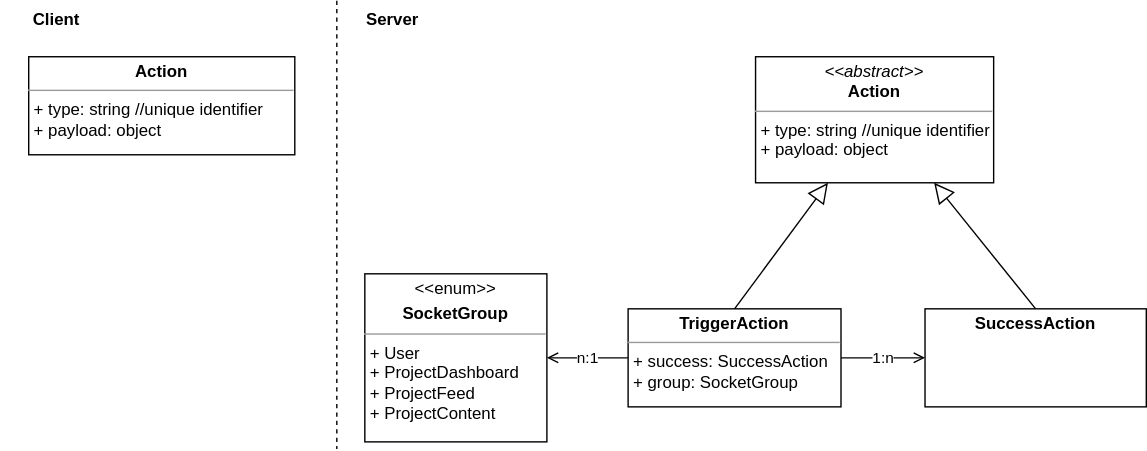
Earlier version of the draw.io export draw-io-files/y-redux-socket-actions.svg (RStolzlechner/bachelor-y-redux-socket). Source tidied: cells renumbered, new cells last; positions are measured from the earlier drawing's top-left corner, leaving out a move shared by most shapes. Its diagram source:
```xml
<mxGraphModel>
  <root>
    <mxCell id="0" />
    <mxCell id="1" parent="0" />
    <mxCell id="2" value="&lt;p style=&quot;margin:0px;margin-top:4px;text-align:center;&quot;&gt;&lt;b&gt;Action&lt;/b&gt;&lt;/p&gt;&lt;hr size=&quot;1&quot;&gt;&lt;p style=&quot;margin:0px;margin-left:4px;&quot;&gt;+ type: string //unique identifier&lt;br&gt;+ payload: object&amp;nbsp;&lt;/p&gt;" style="verticalAlign=top;align=left;overflow=fill;fontSize=12;fontFamily=Helvetica;html=1;" parent="1" vertex="1">
      <mxGeometry x="20" y="40" width="190" height="70" as="geometry" />
    </mxCell>
    <mxCell id="3" value="&lt;p style=&quot;margin:0px;margin-top:4px;text-align:center;&quot;&gt;&lt;i&gt;&amp;lt;&amp;lt;abstract&amp;gt;&amp;gt;&lt;/i&gt;&lt;br&gt;&lt;b&gt;Action&lt;/b&gt;&lt;/p&gt;&lt;hr size=&quot;1&quot;&gt;&lt;p style=&quot;margin:0px;margin-left:4px;&quot;&gt;+ type: string //unique identifier&lt;br&gt;+ payload: object&amp;nbsp;&lt;/p&gt;" style="verticalAlign=top;align=left;overflow=fill;fontSize=12;fontFamily=Helvetica;html=1;" parent="1" vertex="1">
      <mxGeometry x="539" y="40" width="170" height="90" as="geometry" />
    </mxCell>
    <mxCell id="4" value="n:1" style="edgeStyle=none;html=1;exitX=0;exitY=0.5;exitDx=0;exitDy=0;endArrow=open;endFill=0;" parent="1" edge="1" source="6" target="7">
      <mxGeometry relative="1" as="geometry" />
    </mxCell>
    <mxCell id="5" value="1:n" style="edgeStyle=none;html=1;exitX=1;exitY=0.5;exitDx=0;exitDy=0;entryX=0;entryY=0.5;entryDx=0;entryDy=0;endArrow=open;endFill=0;" parent="1" edge="1" source="6" target="8">
      <mxGeometry relative="1" as="geometry" />
    </mxCell>
    <mxCell id="6" value="&lt;p style=&quot;margin:0px;margin-top:4px;text-align:center;&quot;&gt;&lt;b&gt;TriggerAction&lt;/b&gt;&lt;/p&gt;&lt;hr size=&quot;1&quot;&gt;&lt;p style=&quot;margin:0px;margin-left:4px;&quot;&gt;+ success: SuccessAction&lt;br&gt;+ group: SocketGroup&amp;nbsp;&lt;/p&gt;" style="verticalAlign=top;align=left;overflow=fill;fontSize=12;fontFamily=Helvetica;html=1;" parent="1" vertex="1">
      <mxGeometry x="448" y="220" width="152" height="70" as="geometry" />
    </mxCell>
    <mxCell id="7" value="&lt;p style=&quot;margin:0px;margin-top:4px;text-align:center;&quot;&gt;&amp;lt;&amp;lt;enum&amp;gt;&amp;gt;&lt;/p&gt;&lt;p style=&quot;margin:0px;margin-top:4px;text-align:center;&quot;&gt;&lt;b&gt;SocketGroup&lt;/b&gt;&lt;/p&gt;&lt;hr size=&quot;1&quot;&gt;&lt;p style=&quot;margin:0px;margin-left:4px;&quot;&gt;+ User&lt;/p&gt;&lt;p style=&quot;margin:0px;margin-left:4px;&quot;&gt;+ ProjectDashboard&lt;br&gt;+ ProjectFeed&lt;br&gt;+ ProjectContent&amp;nbsp;&lt;/p&gt;" style="verticalAlign=top;align=left;overflow=fill;fontSize=12;fontFamily=Helvetica;html=1;" parent="1" vertex="1">
      <mxGeometry x="260" y="195" width="130" height="120" as="geometry" />
    </mxCell>
    <mxCell id="8" value="&lt;p style=&quot;margin:0px;margin-top:4px;text-align:center;&quot;&gt;&lt;b&gt;SuccessAction&lt;/b&gt;&lt;/p&gt;&lt;p style=&quot;margin:0px;margin-left:4px;&quot;&gt;&lt;br&gt;&amp;nbsp;&lt;/p&gt;" style="verticalAlign=top;align=left;overflow=fill;fontSize=12;fontFamily=Helvetica;html=1;" parent="1" vertex="1">
      <mxGeometry x="660" y="220" width="158" height="70" as="geometry" />
    </mxCell>
    <mxCell id="9" style="endArrow=block;endFill=0;endSize=12;html=1;exitX=0.5;exitY=0;exitDx=0;exitDy=0;" parent="1" edge="1" source="6" target="3">
      <mxGeometry relative="1" as="geometry" />
    </mxCell>
    <mxCell id="10" style="endArrow=block;endFill=0;endSize=12;html=1;exitX=0.5;exitY=0;exitDx=0;exitDy=0;entryX=0.75;entryY=1;entryDx=0;entryDy=0;" parent="1" edge="1" source="8" target="3">
      <mxGeometry relative="1" as="geometry" />
    </mxCell>
    <mxCell id="11" value="Client" style="text;align=center;fontStyle=1;verticalAlign=middle;spacingLeft=3;spacingRight=3;strokeColor=none;" parent="1" vertex="1">
      <mxGeometry width="80" height="26" as="geometry" />
    </mxCell>
    <mxCell id="12" value="Server" style="text;align=center;fontStyle=1;verticalAlign=middle;spacingLeft=3;spacingRight=3;strokeColor=none;" parent="1" vertex="1">
      <mxGeometry x="240" width="80" height="26" as="geometry" />
    </mxCell>
    <mxCell id="13" style="html=1;verticalAlign=bottom;endArrow=none;dashed=1;endSize=8;endFill=0;" parent="1" edge="1">
      <mxGeometry x="-0.06" y="20" relative="1" as="geometry">
        <mxPoint x="240" as="sourcePoint" />
        <mxPoint x="240" y="320" as="targetPoint" />
      </mxGeometry>
    </mxCell>
  </root>
</mxGraphModel>
```
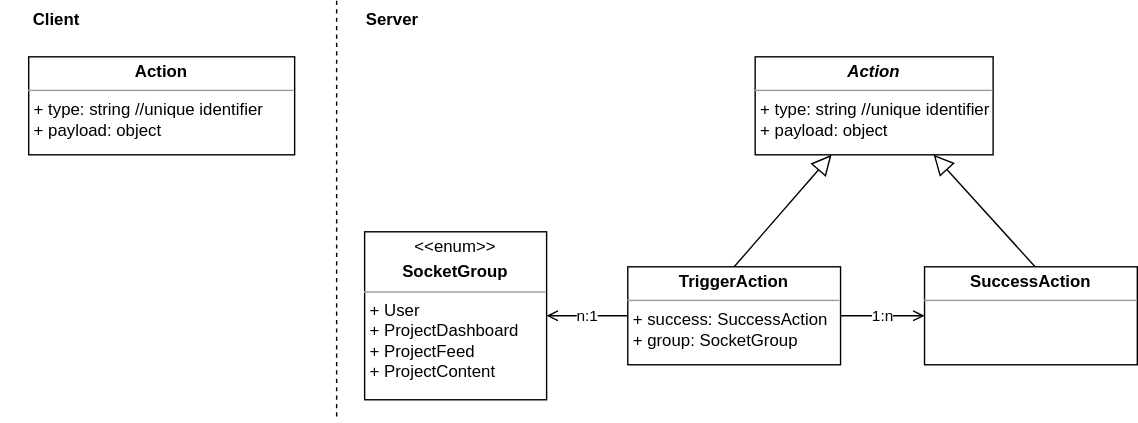
Later version of the same file.

Diff of the diagram source:
```diff
@@ -5,29 +5,30 @@
     <mxCell id="2" value="&lt;p style=&quot;margin:0px;margin-top:4px;text-align:center;&quot;&gt;&lt;b&gt;Action&lt;/b&gt;&lt;/p&gt;&lt;hr size=&quot;1&quot;&gt;&lt;p style=&quot;margin:0px;margin-left:4px;&quot;&gt;+ type: string //unique identifier&lt;br&gt;+ payload: object&amp;nbsp;&lt;/p&gt;" style="verticalAlign=top;align=left;overflow=fill;fontSize=12;fontFamily=Helvetica;html=1;" parent="1" vertex="1">
       <mxGeometry x="20" y="40" width="190" height="70" as="geometry" />
     </mxCell>
-    <mxCell id="3" value="&lt;p style=&quot;margin:0px;margin-top:4px;text-align:center;&quot;&gt;&lt;i&gt;&amp;lt;&amp;lt;abstract&amp;gt;&amp;gt;&lt;/i&gt;&lt;br&gt;&lt;b&gt;Action&lt;/b&gt;&lt;/p&gt;&lt;hr size=&quot;1&quot;&gt;&lt;p style=&quot;margin:0px;margin-left:4px;&quot;&gt;+ type: string //unique identifier&lt;br&gt;+ payload: object&amp;nbsp;&lt;/p&gt;" style="verticalAlign=top;align=left;overflow=fill;fontSize=12;fontFamily=Helvetica;html=1;" parent="1" vertex="1">
-      <mxGeometry x="539" y="40" width="170" height="90" as="geometry" />
+    <mxCell id="3" value="&lt;p style=&quot;margin:0px;margin-top:4px;text-align:center;&quot;&gt;&lt;b&gt;&lt;i&gt;Action&lt;/i&gt;&lt;/b&gt;&lt;/p&gt;&lt;hr size=&quot;1&quot;&gt;&lt;p style=&quot;margin:0px;margin-left:4px;&quot;&gt;+ type: string //unique identifier&lt;br&gt;+ payload: object&amp;nbsp;&lt;/p&gt;" style="verticalAlign=top;align=left;overflow=fill;fontSize=12;fontFamily=Helvetica;html=1;" parent="1" vertex="1">
+      <mxGeometry x="539" y="40" width="170" height="70" as="geometry" />
     </mxCell>
     <mxCell id="4" value="n:1" style="edgeStyle=none;html=1;exitX=0;exitY=0.5;exitDx=0;exitDy=0;endArrow=open;endFill=0;" parent="1" edge="1" source="6" target="7">
       <mxGeometry relative="1" as="geometry" />
     </mxCell>
-    <mxCell id="5" value="1:n" style="edgeStyle=none;html=1;exitX=1;exitY=0.5;exitDx=0;exitDy=0;entryX=0;entryY=0.5;entryDx=0;entryDy=0;endArrow=open;endFill=0;" parent="1" edge="1" source="6" target="8">
-      <mxGeometry relative="1" as="geometry" />
+    <mxCell id="5" value="1:n" style="edgeStyle=none;html=1;exitX=1;exitY=0.5;exitDx=0;exitDy=0;entryX=0;entryY=0.5;entryDx=0;entryDy=0;endArrow=open;endFill=0;" parent="1" edge="1" source="6">
+      <mxGeometry relative="1" as="geometry">
+        <mxPoint x="660" y="225" as="targetPoint" />
+      </mxGeometry>
     </mxCell>
     <mxCell id="6" value="&lt;p style=&quot;margin:0px;margin-top:4px;text-align:center;&quot;&gt;&lt;b&gt;TriggerAction&lt;/b&gt;&lt;/p&gt;&lt;hr size=&quot;1&quot;&gt;&lt;p style=&quot;margin:0px;margin-left:4px;&quot;&gt;+ success: SuccessAction&lt;br&gt;+ group: SocketGroup&amp;nbsp;&lt;/p&gt;" style="verticalAlign=top;align=left;overflow=fill;fontSize=12;fontFamily=Helvetica;html=1;" parent="1" vertex="1">
-      <mxGeometry x="448" y="220" width="152" height="70" as="geometry" />
+      <mxGeometry x="448" y="190" width="152" height="70" as="geometry" />
     </mxCell>
     <mxCell id="7" value="&lt;p style=&quot;margin:0px;margin-top:4px;text-align:center;&quot;&gt;&amp;lt;&amp;lt;enum&amp;gt;&amp;gt;&lt;/p&gt;&lt;p style=&quot;margin:0px;margin-top:4px;text-align:center;&quot;&gt;&lt;b&gt;SocketGroup&lt;/b&gt;&lt;/p&gt;&lt;hr size=&quot;1&quot;&gt;&lt;p style=&quot;margin:0px;margin-left:4px;&quot;&gt;+ User&lt;/p&gt;&lt;p style=&quot;margin:0px;margin-left:4px;&quot;&gt;+ ProjectDashboard&lt;br&gt;+ ProjectFeed&lt;br&gt;+ ProjectContent&amp;nbsp;&lt;/p&gt;" style="verticalAlign=top;align=left;overflow=fill;fontSize=12;fontFamily=Helvetica;html=1;" parent="1" vertex="1">
-      <mxGeometry x="260" y="195" width="130" height="120" as="geometry" />
+      <mxGeometry x="260" y="165" width="130" height="120" as="geometry" />
     </mxCell>
-    <mxCell id="8" value="&lt;p style=&quot;margin:0px;margin-top:4px;text-align:center;&quot;&gt;&lt;b&gt;SuccessAction&lt;/b&gt;&lt;/p&gt;&lt;p style=&quot;margin:0px;margin-left:4px;&quot;&gt;&lt;br&gt;&amp;nbsp;&lt;/p&gt;" style="verticalAlign=top;align=left;overflow=fill;fontSize=12;fontFamily=Helvetica;html=1;" parent="1" vertex="1">
-      <mxGeometry x="660" y="220" width="158" height="70" as="geometry" />
-    </mxCell>
     <mxCell id="9" style="endArrow=block;endFill=0;endSize=12;html=1;exitX=0.5;exitY=0;exitDx=0;exitDy=0;" parent="1" edge="1" source="6" target="3">
       <mxGeometry relative="1" as="geometry" />
     </mxCell>
-    <mxCell id="10" style="endArrow=block;endFill=0;endSize=12;html=1;exitX=0.5;exitY=0;exitDx=0;exitDy=0;entryX=0.75;entryY=1;entryDx=0;entryDy=0;" parent="1" edge="1" source="8" target="3">
-      <mxGeometry relative="1" as="geometry" />
+    <mxCell id="10" style="endArrow=block;endFill=0;endSize=12;html=1;exitX=0.5;exitY=0;exitDx=0;exitDy=0;entryX=0.75;entryY=1;entryDx=0;entryDy=0;" parent="1" edge="1" target="3">
+      <mxGeometry relative="1" as="geometry">
+        <mxPoint x="739" y="190" as="sourcePoint" />
+      </mxGeometry>
     </mxCell>
     <mxCell id="11" value="Client" style="text;align=center;fontStyle=1;verticalAlign=middle;spacingLeft=3;spacingRight=3;strokeColor=none;" parent="1" vertex="1">
       <mxGeometry width="80" height="26" as="geometry" />
@@ -38,8 +39,11 @@
     <mxCell id="13" style="html=1;verticalAlign=bottom;endArrow=none;dashed=1;endSize=8;endFill=0;" parent="1" edge="1">
       <mxGeometry x="-0.06" y="20" relative="1" as="geometry">
         <mxPoint x="240" as="sourcePoint" />
-        <mxPoint x="240" y="320" as="targetPoint" />
+        <mxPoint x="240" y="300" as="targetPoint" />
       </mxGeometry>
     </mxCell>
+    <mxCell id="8" value="&lt;p style=&quot;margin:0px;margin-top:4px;text-align:center;&quot;&gt;&lt;b&gt;SuccessAction&lt;/b&gt;&lt;/p&gt;&lt;hr size=&quot;1&quot;&gt;&lt;p style=&quot;margin:0px;margin-left:4px;&quot;&gt;&lt;br&gt;&lt;/p&gt;" style="verticalAlign=top;align=left;overflow=fill;fontSize=12;fontFamily=Helvetica;html=1;" parent="1" vertex="1">
+      <mxGeometry x="660" y="190" width="152" height="70" as="geometry" />
+    </mxCell>
   </root>
 </mxGraphModel>
```
